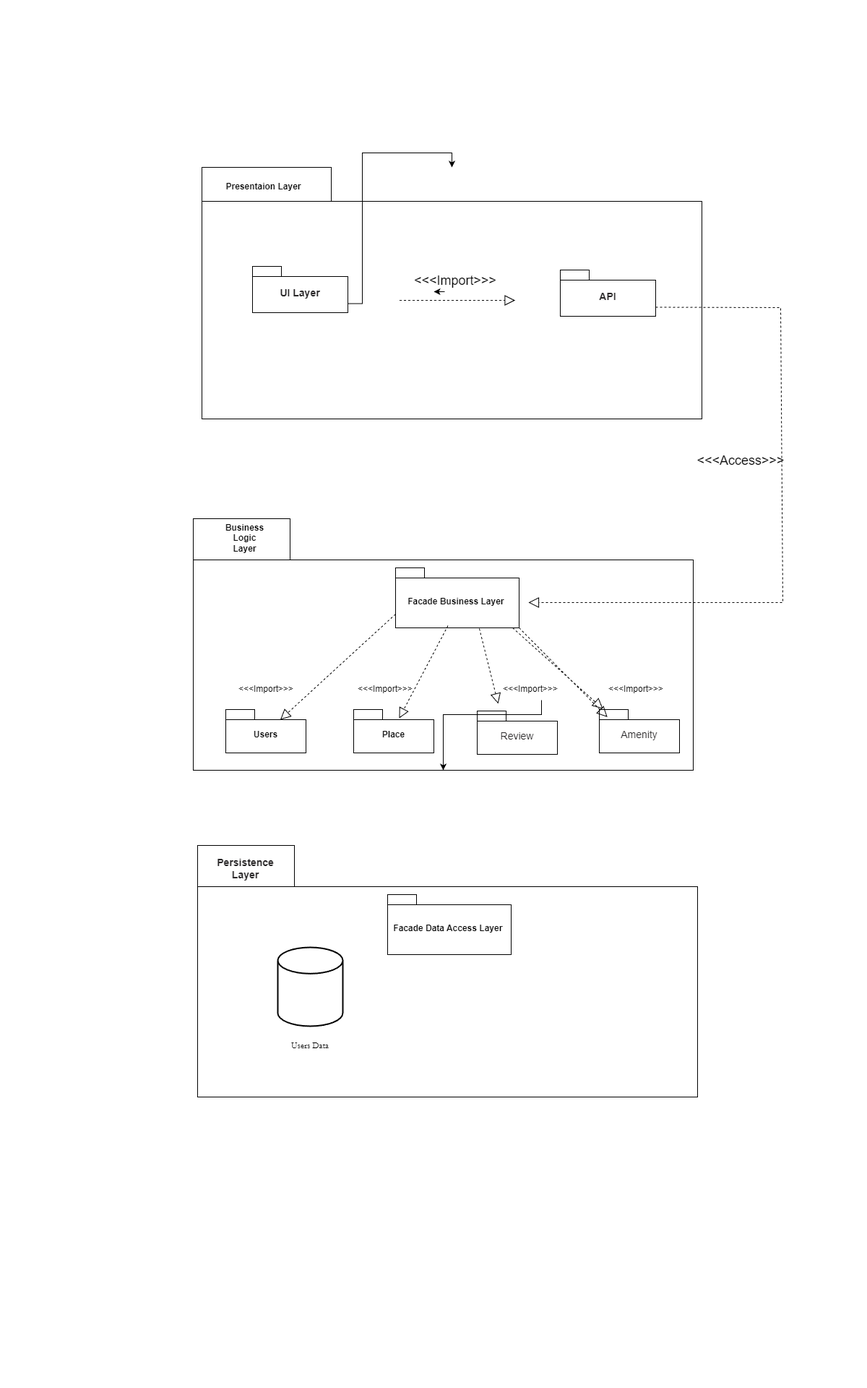
Before: Package Digram.drawio.png, a diagram exported from draw.io (KMSAAO/holbertonschool-hbnb). Source tidied: cells renumbered, new cells last; positions are measured from the earlier drawing's top-left corner, leaving out a move shared by most shapes. Its diagram source:
```xml
<mxGraphModel background="light-dark(#FFFFFF,#FFFFFF)">
  <root>
    <mxCell id="0" />
    <mxCell id="1" parent="0" />
    <mxCell id="2" style="shape=folder;fontStyle=1;spacingTop=10;tabWidth=179;tabHeight=47;tabPosition=left;html=1;whiteSpace=wrap;fontColor=light-dark(#000000,#000000);gradientColor=default;strokeColor=light-dark(#000000,#000000);fillColor=none;" parent="1" vertex="1">
      <mxGeometry x="12" width="692" height="348" as="geometry" />
    </mxCell>
    <mxCell id="3" value="&lt;span style=&quot;text-wrap-mode: wrap;&quot;&gt;Presentaion&amp;nbsp;&lt;/span&gt;&lt;span style=&quot;text-wrap-mode: wrap; background-color: transparent;&quot;&gt;Layer&lt;/span&gt;" style="text;align=center;fontStyle=1;verticalAlign=middle;spacingLeft=3;spacingRight=3;html=1;fontColor=light-dark(#000000,#000000);" parent="1" vertex="1">
      <mxGeometry x="30" y="10" width="133" height="34" as="geometry" />
    </mxCell>
    <mxCell id="4" value="&lt;strong style=&quot;box-sizing: border-box; font-weight: bold; font-family: aktiv-grotesk, sans-serif; font-size: 14px; text-align: start;&quot;&gt;&lt;font style=&quot;color: light-dark(rgb(41, 39, 40), rgb(0, 0, 0));&quot;&gt;API&lt;/font&gt;&lt;/strong&gt;" style="shape=folder;fontStyle=1;spacingTop=10;tabWidth=40;tabHeight=14;tabPosition=left;html=1;whiteSpace=wrap;fillColor=none;fontColor=light-dark(#000000,#050505);strokeColor=light-dark(#000000,#000000);" parent="1" vertex="1">
      <mxGeometry x="508" y="142" width="132" height="64" as="geometry" />
    </mxCell>
    <mxCell id="5" style="shape=folder;fontStyle=1;spacingTop=10;tabWidth=134;tabHeight=57;tabPosition=left;html=1;whiteSpace=wrap;fontColor=light-dark(#000000,#000000);gradientColor=default;strokeColor=light-dark(#000000,#000000);fillColor=none;" parent="1" vertex="1">
      <mxGeometry y="486" width="692" height="348" as="geometry" />
    </mxCell>
    <mxCell id="6" value="&lt;span style=&quot;text-wrap-mode: wrap;&quot;&gt;Business Logic Layer&lt;/span&gt;" style="text;align=center;fontStyle=1;verticalAlign=middle;spacingLeft=3;spacingRight=3;html=1;fontColor=light-dark(#000000,#000000);" parent="1" vertex="1">
      <mxGeometry x="37" y="499" width="67" height="27" as="geometry" />
    </mxCell>
    <mxCell id="7" style="edgeStyle=orthogonalEdgeStyle;rounded=0;jettySize=auto;html=1;exitX=0;exitY=0;exitDx=132;exitDy=51.5;exitPerimeter=0;" parent="1" edge="1" source="8" target="2">
      <mxGeometry relative="1" as="geometry" />
    </mxCell>
    <mxCell id="8" value="&lt;strong style=&quot;box-sizing: border-box; font-weight: bold; font-family: aktiv-grotesk, sans-serif; font-size: 14px; text-align: start;&quot;&gt;&lt;font style=&quot;color: light-dark(rgb(41, 39, 40), rgb(0, 0, 0));&quot;&gt;UI Layer&lt;/font&gt;&lt;/strong&gt;" style="shape=folder;fontStyle=1;spacingTop=10;tabWidth=40;tabHeight=14;tabPosition=left;html=1;whiteSpace=wrap;fillColor=none;fontColor=light-dark(#000000,#050505);strokeColor=light-dark(#000000,#000000);shadow=0;" parent="1" vertex="1">
      <mxGeometry x="82" y="137" width="132" height="64" as="geometry" />
    </mxCell>
    <mxCell id="9" value="&lt;font style=&quot;color: light-dark(rgb(0, 0, 0), rgb(0, 0, 0));&quot;&gt;Users&lt;/font&gt;" style="shape=folder;fontStyle=1;spacingTop=10;tabWidth=40;tabHeight=14;tabPosition=left;html=1;whiteSpace=wrap;strokeColor=light-dark(#000000,#000000);fillColor=none;" parent="1" vertex="1">
      <mxGeometry x="45" y="750" width="111" height="60" as="geometry" />
    </mxCell>
    <mxCell id="10" value="&lt;font style=&quot;color: light-dark(rgb(0, 0, 0), rgb(0, 0, 0));&quot;&gt;Facade Business Layer&amp;nbsp;&lt;/font&gt;" style="shape=folder;fontStyle=1;spacingTop=10;tabWidth=40;tabHeight=14;tabPosition=left;html=1;whiteSpace=wrap;strokeColor=light-dark(#000000,#000000);fillColor=none;" parent="1" vertex="1">
      <mxGeometry x="280" y="554" width="171" height="83" as="geometry" />
    </mxCell>
    <mxCell id="11" value="&lt;font style=&quot;color: light-dark(rgb(0, 0, 0), rgb(0, 0, 0));&quot;&gt;Place&lt;/font&gt;" style="shape=folder;fontStyle=1;spacingTop=10;tabWidth=40;tabHeight=14;tabPosition=left;html=1;whiteSpace=wrap;strokeColor=light-dark(#000000,#000000);fillColor=none;" parent="1" vertex="1">
      <mxGeometry x="222" y="750" width="111" height="60" as="geometry" />
    </mxCell>
    <mxCell id="12" value="&lt;span style=&quot;font-size: 14px; font-weight: 400; text-align: start;&quot;&gt;&lt;font style=&quot;color: light-dark(rgb(41, 39, 40), rgb(0, 0, 0));&quot; face=&quot;Helvetica&quot;&gt;Review&lt;/font&gt;&lt;/span&gt;" style="shape=folder;fontStyle=1;spacingTop=10;tabWidth=40;tabHeight=14;tabPosition=left;html=1;whiteSpace=wrap;strokeColor=light-dark(#000000,#000000);fillColor=none;" parent="1" vertex="1">
      <mxGeometry x="393" y="752" width="111" height="60" as="geometry" />
    </mxCell>
    <mxCell id="13" value="&lt;span style=&quot;font-family: aktiv-grotesk, sans-serif; font-size: 14px; font-weight: 400; text-align: start;&quot;&gt;&lt;font style=&quot;color: light-dark(rgb(41, 39, 40), rgb(0, 0, 0));&quot;&gt;Amenity&lt;/font&gt;&lt;/span&gt;" style="shape=folder;fontStyle=1;spacingTop=10;tabWidth=40;tabHeight=14;tabPosition=left;html=1;whiteSpace=wrap;strokeColor=light-dark(#000000,#000000);fillColor=none;" parent="1" vertex="1">
      <mxGeometry x="562" y="750" width="111" height="60" as="geometry" />
    </mxCell>
    <mxCell id="14" style="shape=folder;fontStyle=1;spacingTop=10;tabWidth=134;tabHeight=57;tabPosition=left;html=1;whiteSpace=wrap;fontColor=light-dark(#000000,#000000);gradientColor=default;strokeColor=light-dark(#000000,#000000);fillColor=none;" parent="1" vertex="1">
      <mxGeometry x="6" y="938" width="692" height="348" as="geometry" />
    </mxCell>
    <mxCell id="15" value="&lt;strong style=&quot;box-sizing: border-box; font-weight: bold; font-family: aktiv-grotesk, sans-serif; font-size: 14px; text-align: start; text-wrap-mode: wrap;&quot;&gt;&lt;font style=&quot;color: light-dark(rgb(41, 39, 40), rgb(0, 0, 0));&quot;&gt;Persistence Layer&lt;/font&gt;&lt;/strong&gt;" style="text;align=center;fontStyle=1;verticalAlign=middle;spacingLeft=3;spacingRight=3;html=1;fontColor=light-dark(#000000,#000000);" parent="1" vertex="1">
      <mxGeometry x="38" y="957" width="67" height="27" as="geometry" />
    </mxCell>
    <mxCell id="16" value="&lt;span&gt;&lt;font style=&quot;color: light-dark(rgb(0, 0, 0), rgb(0, 0, 0));&quot;&gt;Facade Data Access Layer&amp;nbsp;&lt;/font&gt;&lt;/span&gt;" style="shape=folder;fontStyle=1;spacingTop=10;tabWidth=40;tabHeight=14;tabPosition=left;html=1;whiteSpace=wrap;strokeColor=light-dark(#000000,#000000);fillColor=none;" parent="1" vertex="1">
      <mxGeometry x="269" y="1006" width="171" height="83" as="geometry" />
    </mxCell>
    <mxCell id="17" style="strokeWidth=2;html=1;shape=mxgraph.flowchart.database;whiteSpace=wrap;fontColor=light-dark(#FFFFFF,#FFFFFF);labelPosition=left;verticalLabelPosition=middle;align=right;verticalAlign=middle;textDirection=ltr;fillColor=light-dark(#FFFFFF,#FFFFFF);strokeColor=light-dark(#000000,#000000);" parent="1" vertex="1">
      <mxGeometry x="117" y="1079" width="90" height="109" as="geometry" />
    </mxCell>
    <mxCell id="18" value="&lt;font style=&quot;&quot; face=&quot;Garamond&quot;&gt;Users Data&lt;/font&gt;" style="whiteSpace=wrap;html=1;fillColor=none;fontColor=light-dark(#000000,#000000);strokeColor=none;" parent="1" vertex="1">
      <mxGeometry x="110" y="1191" width="104" height="48" as="geometry" />
    </mxCell>
    <mxCell id="19" style="endArrow=block;dashed=1;endFill=0;endSize=12;html=1;rounded=0;strokeColor=light-dark(#000000,#010101);fontSize=16;" parent="1" edge="1">
      <mxGeometry relative="1" as="geometry">
        <mxPoint x="285.5" y="184" as="sourcePoint" />
        <mxPoint x="445.5" y="184" as="targetPoint" />
      </mxGeometry>
    </mxCell>
    <mxCell id="20" value="&amp;lt;&amp;lt;&amp;lt;Import&amp;gt;&amp;gt;&amp;gt;" style="text;html=1;whiteSpace=wrap;strokeColor=none;fillColor=none;align=center;verticalAlign=middle;rounded=0;fontColor=light-dark(#000000,#000000);fontSize=18;" parent="1" vertex="1">
      <mxGeometry x="333" y="142" width="60" height="30" as="geometry" />
    </mxCell>
    <mxCell id="21" style="edgeStyle=orthogonalEdgeStyle;rounded=0;orthogonalLoop=1;jettySize=auto;html=1;exitX=0.25;exitY=1;exitDx=0;exitDy=0;entryX=0;entryY=1;entryDx=0;entryDy=0;" parent="1" edge="1" source="20" target="20">
      <mxGeometry relative="1" as="geometry" />
    </mxCell>
    <mxCell id="22" style="endArrow=block;dashed=1;endFill=0;endSize=12;html=1;rounded=0;strokeColor=light-dark(#000000,#000000);exitX=0;exitY=0;exitDx=132;exitDy=51.5;exitPerimeter=0;" parent="1" edge="1" source="4">
      <mxGeometry relative="1" as="geometry">
        <mxPoint x="464" y="602" as="targetPoint" />
        <Array as="points">
          <mxPoint x="813" y="194" />
          <mxPoint x="816" y="602" />
        </Array>
      </mxGeometry>
    </mxCell>
    <mxCell id="23" value="&amp;lt;&amp;lt;&amp;lt;Access&amp;gt;&amp;gt;&amp;gt;" style="text;html=1;whiteSpace=wrap;strokeColor=none;fillColor=none;align=center;verticalAlign=middle;rounded=0;fontColor=light-dark(#000000,#000000);fontSize=18;" parent="1" vertex="1">
      <mxGeometry x="728" y="391" width="60" height="30" as="geometry" />
    </mxCell>
    <mxCell id="24" style="endArrow=block;dashed=1;endFill=0;endSize=12;html=1;rounded=0;exitX=0;exitY=0;exitDx=171;exitDy=83;exitPerimeter=0;entryX=0.1;entryY=0.174;entryDx=0;entryDy=0;entryPerimeter=0;" parent="1" edge="1" source="10" target="13">
      <mxGeometry relative="1" as="geometry" />
    </mxCell>
    <mxCell id="25" style="endArrow=block;dashed=1;endFill=0;endSize=12;html=1;rounded=0;fontColor=light-dark(#000000,#000000);strokeColor=light-dark(#000000,#000000);" parent="1" edge="1">
      <mxGeometry relative="1" as="geometry">
        <mxPoint x="442" y="637" as="sourcePoint" />
        <mxPoint x="567" y="749" as="targetPoint" />
      </mxGeometry>
    </mxCell>
    <mxCell id="26" value="&amp;lt;&amp;lt;&amp;lt;Import&amp;gt;&amp;gt;&amp;gt;" style="text;html=1;whiteSpace=wrap;strokeColor=none;fillColor=none;align=center;verticalAlign=middle;rounded=0;fontColor=light-dark(#000000,#000000);fontSize=12;" parent="1" vertex="1">
      <mxGeometry x="583" y="707" width="60" height="30" as="geometry" />
    </mxCell>
    <mxCell id="27" style="edgeStyle=orthogonalEdgeStyle;rounded=0;jettySize=auto;html=1;exitX=0.75;exitY=1;exitDx=0;exitDy=0;" parent="1" edge="1" source="28" target="5">
      <mxGeometry relative="1" as="geometry" />
    </mxCell>
    <mxCell id="28" value="&amp;lt;&amp;lt;&amp;lt;Import&amp;gt;&amp;gt;&amp;gt;" style="text;html=1;whiteSpace=wrap;strokeColor=none;fillColor=none;align=center;verticalAlign=middle;rounded=0;fontColor=light-dark(#000000,#000000);fontSize=12;" parent="1" vertex="1">
      <mxGeometry x="437" y="707" width="60" height="30" as="geometry" />
    </mxCell>
    <mxCell id="29" style="endArrow=block;dashed=1;endFill=0;endSize=12;html=1;rounded=0;fontColor=light-dark(#000000,#000000);strokeColor=light-dark(#000000,#000000);" parent="1" edge="1">
      <mxGeometry relative="1" as="geometry">
        <mxPoint x="396" y="638" as="sourcePoint" />
        <mxPoint x="422" y="742" as="targetPoint" />
      </mxGeometry>
    </mxCell>
    <mxCell id="30" value="&amp;lt;&amp;lt;&amp;lt;Import&amp;gt;&amp;gt;&amp;gt;" style="text;html=1;whiteSpace=wrap;strokeColor=none;fillColor=none;align=center;verticalAlign=middle;rounded=0;fontColor=light-dark(#000000,#000000);fontSize=12;" parent="1" vertex="1">
      <mxGeometry x="70.5" y="707" width="60" height="30" as="geometry" />
    </mxCell>
    <mxCell id="31" value="&amp;lt;&amp;lt;&amp;lt;Import&amp;gt;&amp;gt;&amp;gt;" style="text;html=1;whiteSpace=wrap;strokeColor=none;fillColor=none;align=center;verticalAlign=middle;rounded=0;fontColor=light-dark(#000000,#000000);fontSize=12;" parent="1" vertex="1">
      <mxGeometry x="236" y="707" width="60" height="30" as="geometry" />
    </mxCell>
    <mxCell id="32" style="endArrow=block;dashed=1;endFill=0;endSize=12;html=1;rounded=0;fontColor=light-dark(#000000,#000000);strokeColor=light-dark(#000000,#000000);entryX=0.567;entryY=0.203;entryDx=0;entryDy=0;entryPerimeter=0;" parent="1" edge="1" target="11">
      <mxGeometry relative="1" as="geometry">
        <mxPoint x="352.5" y="634" as="sourcePoint" />
      </mxGeometry>
    </mxCell>
    <mxCell id="33" style="endArrow=block;dashed=1;endFill=0;endSize=12;html=1;rounded=0;fontColor=light-dark(#000000,#000000);strokeColor=light-dark(#000000,#000000);entryX=0;entryY=0;entryDx=75.5;entryDy=14;entryPerimeter=0;" parent="1" edge="1" target="9">
      <mxGeometry relative="1" as="geometry">
        <mxPoint x="280" y="618" as="sourcePoint" />
      </mxGeometry>
    </mxCell>
  </root>
</mxGraphModel>
```
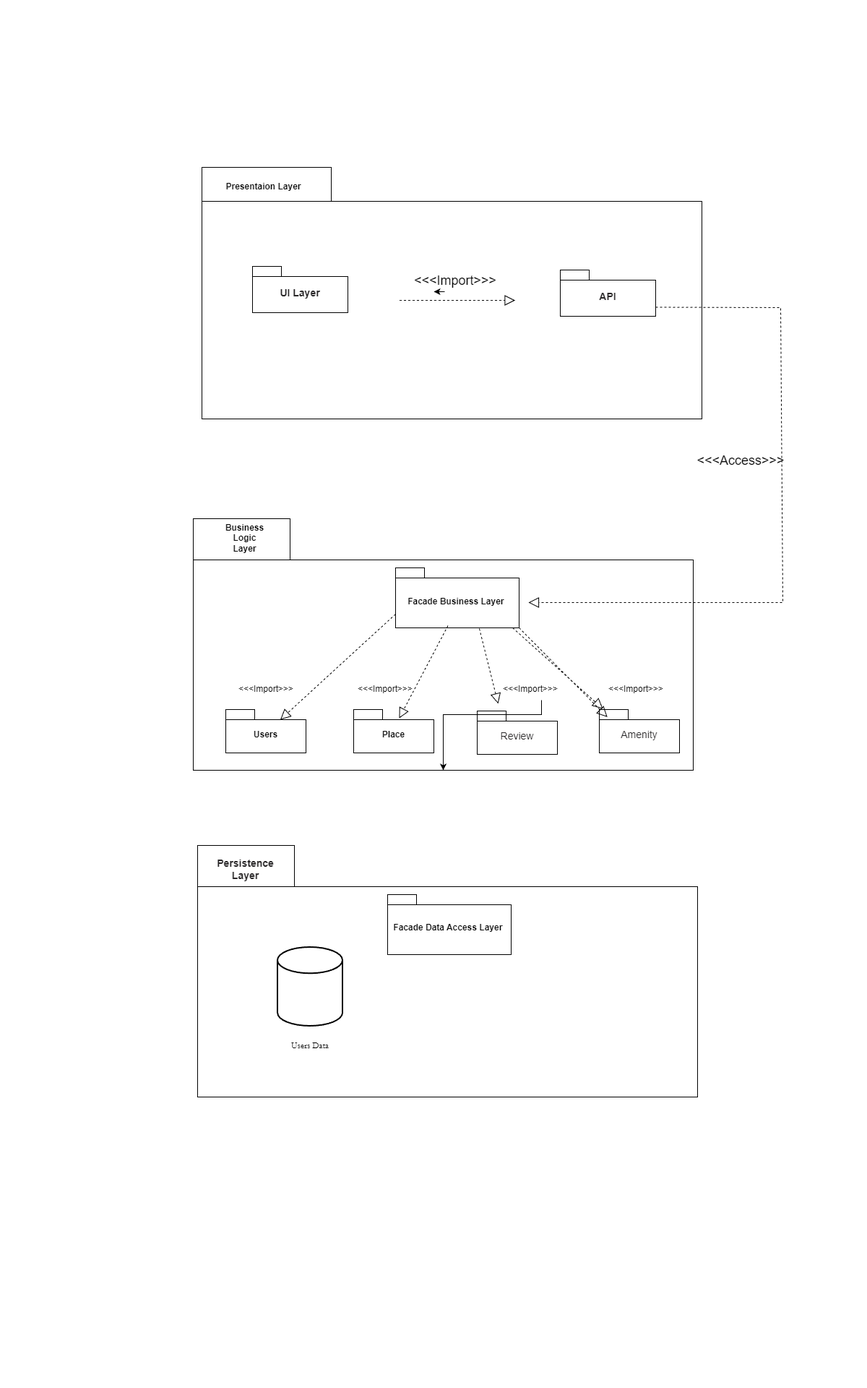
After the change.

Change to the diagram source:
```diff
@@ -17,9 +17,6 @@
     <mxCell id="6" value="&lt;span style=&quot;text-wrap-mode: wrap;&quot;&gt;Business Logic Layer&lt;/span&gt;" style="text;align=center;fontStyle=1;verticalAlign=middle;spacingLeft=3;spacingRight=3;html=1;fontColor=light-dark(#000000,#000000);" parent="1" vertex="1">
       <mxGeometry x="37" y="499" width="67" height="27" as="geometry" />
     </mxCell>
-    <mxCell id="7" style="edgeStyle=orthogonalEdgeStyle;rounded=0;jettySize=auto;html=1;exitX=0;exitY=0;exitDx=132;exitDy=51.5;exitPerimeter=0;" parent="1" edge="1" source="8" target="2">
-      <mxGeometry relative="1" as="geometry" />
-    </mxCell>
     <mxCell id="8" value="&lt;strong style=&quot;box-sizing: border-box; font-weight: bold; font-family: aktiv-grotesk, sans-serif; font-size: 14px; text-align: start;&quot;&gt;&lt;font style=&quot;color: light-dark(rgb(41, 39, 40), rgb(0, 0, 0));&quot;&gt;UI Layer&lt;/font&gt;&lt;/strong&gt;" style="shape=folder;fontStyle=1;spacingTop=10;tabWidth=40;tabHeight=14;tabPosition=left;html=1;whiteSpace=wrap;fillColor=none;fontColor=light-dark(#000000,#050505);strokeColor=light-dark(#000000,#000000);shadow=0;" parent="1" vertex="1">
       <mxGeometry x="82" y="137" width="132" height="64" as="geometry" />
     </mxCell>
```
